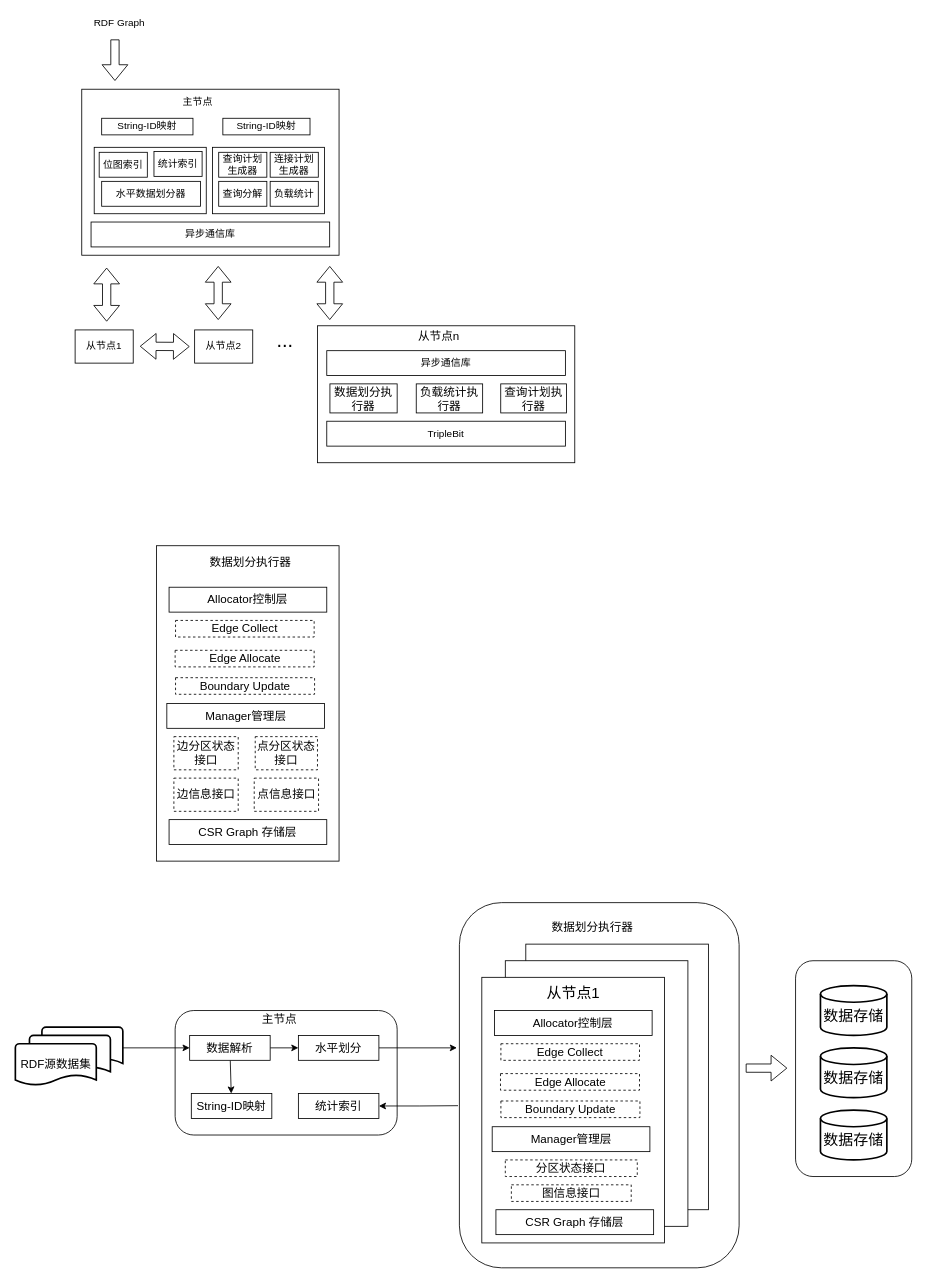
Above: Untitled Diagram.drawio in ductina/233 (draw.io), before the change. Source tidied: cells renumbered, new cells numbered last; positions are measured from the earlier drawing's top-left corner, leaving out a move shared by most shapes. Both pictures are drawn from the tidied source at 83%, with x=0, y=0 at pixel (15, 14).
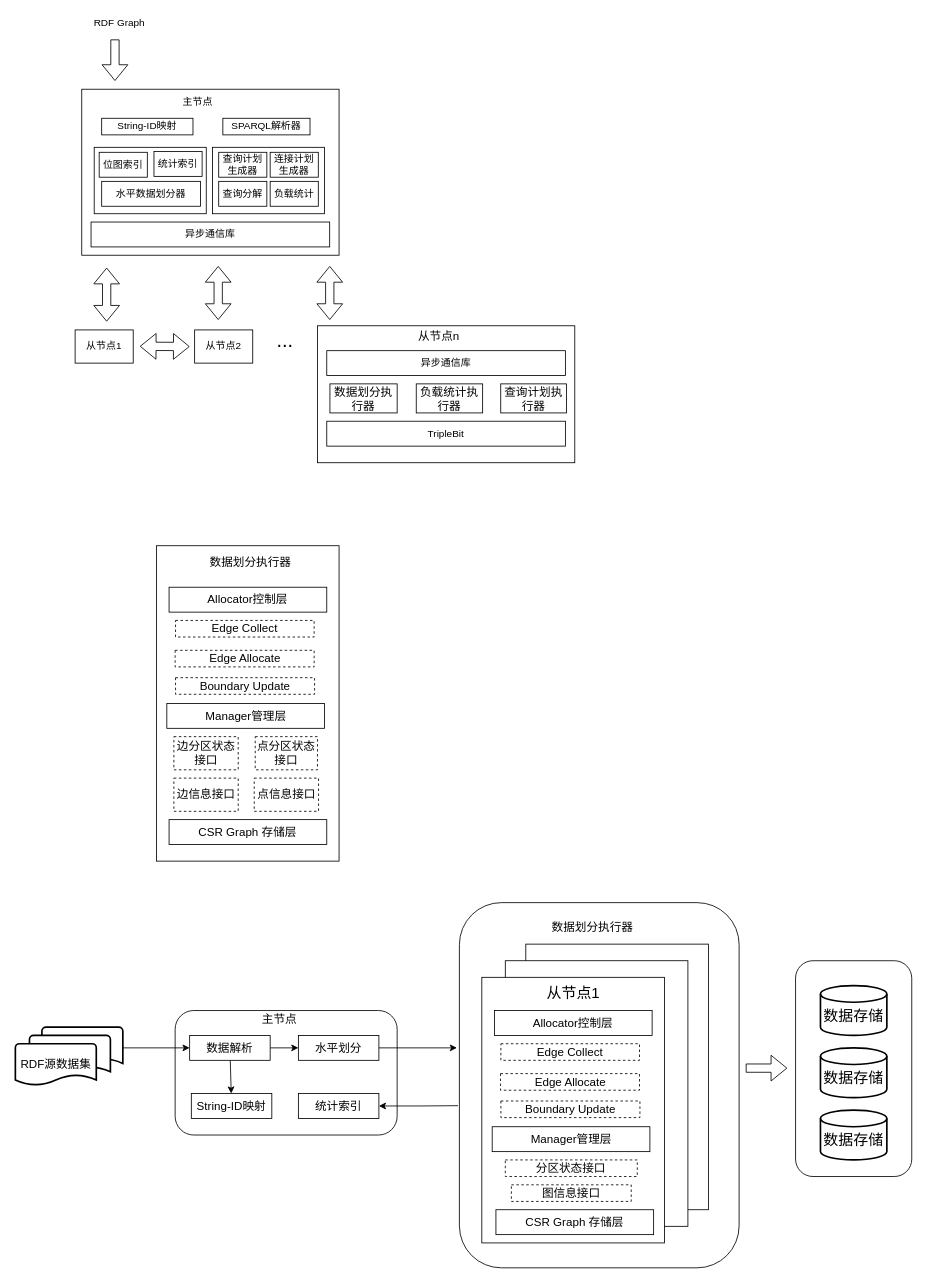
The same page after the edit.

The edit, as a diff of the source:
```diff
@@
-    <mxCell id="11" value="String-ID映射" style="rounded=0;whiteSpace=wrap;html=1;" parent="1" vertex="1">
+    <mxCell id="11" value="SPARQL解析器" style="rounded=0;whiteSpace=wrap;html=1;" parent="1" vertex="1">
       <mxGeometry x="250" y="125" width="105" height="20" as="geometry" />
     </mxCell>
```
